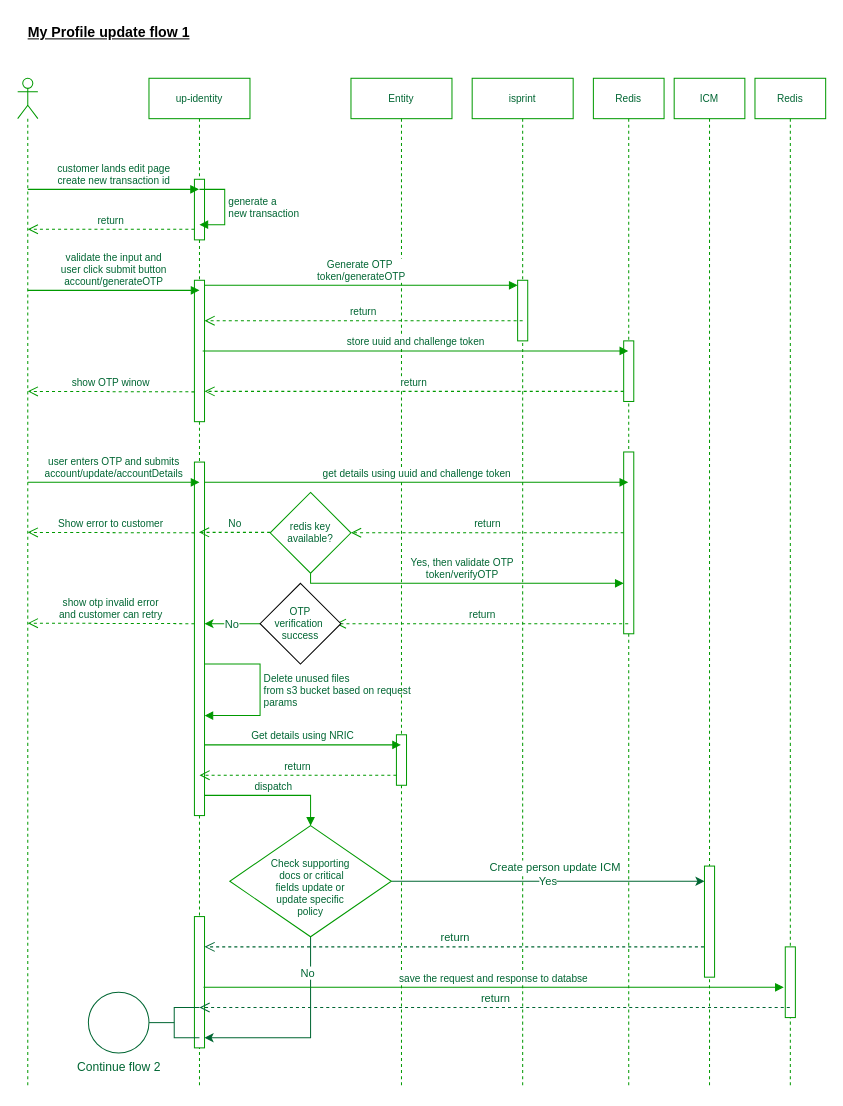
ajeeshraj56/drawio keeps this draw.io diagram as page "My profile edit" (2 of 2) of MyProfile.drawio. Above is the earlier version. Source tidied: cells renumbered, new cells numbered last; positions are measured from the earlier drawing's top-left corner, leaving out a move shared by most shapes. Both pictures are drawn from the tidied source at 101%, with x=0, y=0 at pixel (17, 17).
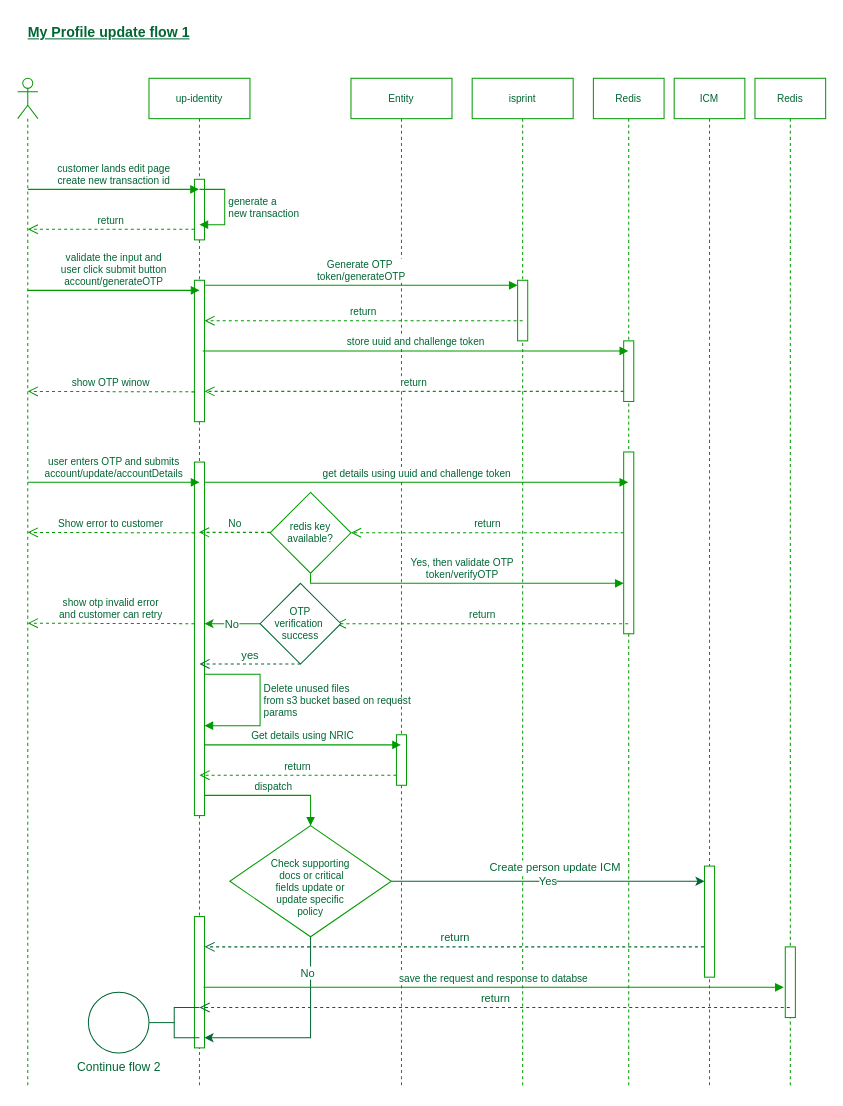
After the change.

The change refers to these unchanged cells:
```xml
<mxCell id="3" value="up-identity" style="shape=umlLifeline;perimeter=lifelinePerimeter;whiteSpace=wrap;html=1;outlineConnect=0;portConstraint=eastwest;newEdgeStyle={&quot;curved&quot;:0,&quot;rounded&quot;:0};fontSize=10;strokeColor=#009900;fontColor=#006633;labelBorderColor=none;" parent="1" vertex="1">
  <mxGeometry x="130" y="60" width="100" height="1000" as="geometry" />
</mxCell>
<mxCell id="6" style="html=1;points=[[0,0,0,0,5],[0,1,0,0,-5],[1,0,0,0,5],[1,1,0,0,-5]];perimeter=orthogonalPerimeter;outlineConnect=0;targetShapes=umlLifeline;portConstraint=eastwest;newEdgeStyle={&quot;curved&quot;:0,&quot;rounded&quot;:0};fontSize=10;strokeColor=#009900;fontColor=#006633;labelBorderColor=none;" parent="3" vertex="1">
  <mxGeometry x="45" y="380" width="10" height="350" as="geometry" />
</mxCell>
```

Diff of the diagram source:
```diff
@@
-    <mxCell id="7" value="Delete unused files&lt;br style=&quot;font-size: 10px;&quot;&gt;from s3 bucket based on request&lt;br style=&quot;font-size: 10px;&quot;&gt;params" style="html=1;align=left;spacingLeft=2;endArrow=block;rounded=0;edgeStyle=orthogonalEdgeStyle;curved=0;rounded=0;fontSize=10;strokeColor=#009900;fontColor=#006633;labelBorderColor=none;" parent="3" edge="1" source="6" target="6">
+    <mxCell id="7" value="Delete unused files&lt;br style=&quot;font-size: 10px;&quot;&gt;from s3 bucket based on request&lt;br style=&quot;font-size: 10px;&quot;&gt;params" style="html=1;align=left;spacingLeft=2;endArrow=block;rounded=0;edgeStyle=orthogonalEdgeStyle;curved=0;rounded=0;fontSize=10;strokeColor=#009900;fontColor=#006633;labelBorderColor=none;" parent="3" edge="1">
       <mxGeometry relative="1" as="geometry">
+        <mxPoint x="55" y="590" as="sourcePoint" />
+        <mxPoint x="55" y="641" as="targetPoint" />
         <Array as="points">
-          <mxPoint x="110" y="580" />
-          <mxPoint x="110" y="631" />
+          <mxPoint x="110" y="590" />
+          <mxPoint x="110" y="641" />
         </Array>
       </mxGeometry>
     </mxCell>
@@
-    <mxCell id="35" value="&lt;font style=&quot;font-size: 10px;&quot;&gt;OTP&lt;br&gt;&amp;nbsp;verification&amp;nbsp;&amp;nbsp;&lt;br style=&quot;font-size: 10px;&quot;&gt;success&lt;/font&gt;" style="rhombus;whiteSpace=wrap;html=1;fontSize=10;strokeColor=default;fontColor=#006633;labelBorderColor=none;" parent="1" vertex="1">
+    <mxCell id="35" value="&lt;font style=&quot;font-size: 10px;&quot;&gt;OTP&lt;br&gt;&amp;nbsp;verification&amp;nbsp;&amp;nbsp;&lt;br style=&quot;font-size: 10px;&quot;&gt;success&lt;/font&gt;" style="rhombus;whiteSpace=wrap;html=1;fontSize=10;strokeColor=#006633;fontColor=#006633;labelBorderColor=none;" parent="1" vertex="1">
       <mxGeometry x="240" y="560" width="80" height="80" as="geometry" />
     </mxCell>
@@
-    <mxCell id="51" value="&lt;b style=&quot;font-size: 14px;&quot;&gt;&lt;u style=&quot;font-size: 14px;&quot;&gt;My Profile update flow 1&lt;/u&gt;&lt;/b&gt;" style="text;html=1;align=center;verticalAlign=middle;strokeColor=none;fillColor=none;fontSize=14;" parent="1" vertex="1">
+    <mxCell id="51" value="&lt;b style=&quot;font-size: 14px;&quot;&gt;&lt;u style=&quot;font-size: 14px;&quot;&gt;My Profile update flow 1&lt;/u&gt;&lt;/b&gt;" style="text;html=1;align=center;verticalAlign=middle;strokeColor=none;fillColor=none;fontSize=14;fontColor=#006633;" parent="1" vertex="1">
       <mxGeometry width="180" height="30" as="geometry" />
     </mxCell>
@@
-    <mxCell id="54" style="strokeWidth=1;html=1;shape=mxgraph.flowchart.annotation_2;align=left;labelPosition=right;strokeColor=#006633;" parent="1" vertex="1">
+    <mxCell id="54" style="strokeWidth=1;html=1;shape=mxgraph.flowchart.annotation_2;align=left;labelPosition=right;strokeColor=#006633;fontColor=#006633;" parent="1" vertex="1">
       <mxGeometry x="130" y="980" width="50" height="30" as="geometry" />
     </mxCell>
+    <mxCell id="55" value="yes" style="html=1;verticalAlign=bottom;endArrow=open;dashed=1;endSize=8;curved=0;rounded=0;exitX=0.5;exitY=1;exitDx=0;exitDy=0;exitPerimeter=0;entryX=0.5;entryY=0.571;entryDx=0;entryDy=0;entryPerimeter=0;strokeColor=#006633;fontColor=#006633;" parent="1" edge="1" source="35" target="6">
+      <mxGeometry relative="1" as="geometry" />
+    </mxCell>
```
